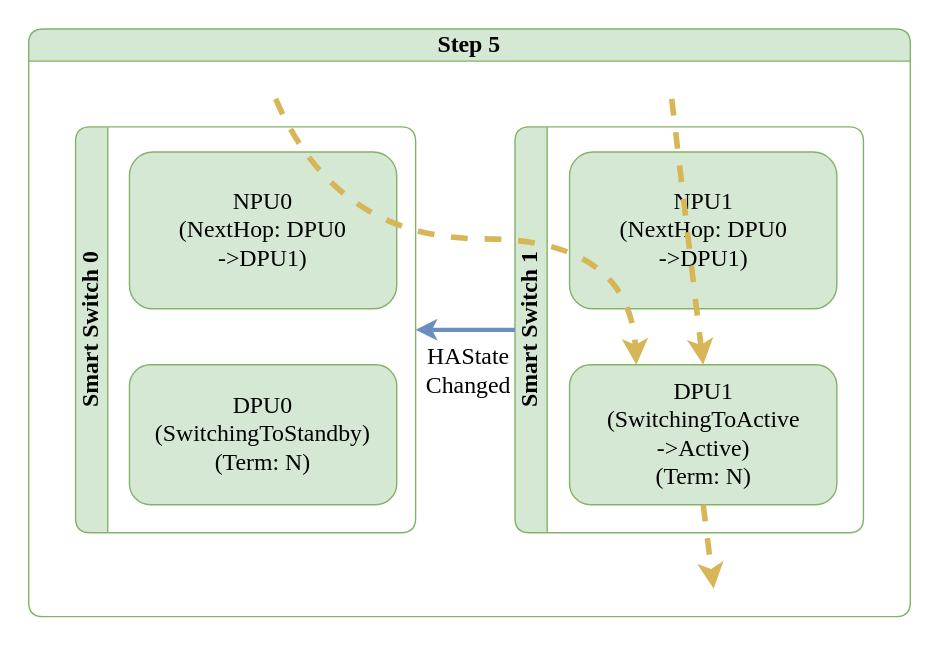
Above: doc/smart-switch/high-availability/images/ha-planned-events-switchover-step-5.svg in sonic-net/SONiC (draw.io), before the change. Source tidied: cells renumbered, new cells last; positions are measured from the earlier drawing's top-left corner, leaving out a move shared by most shapes.
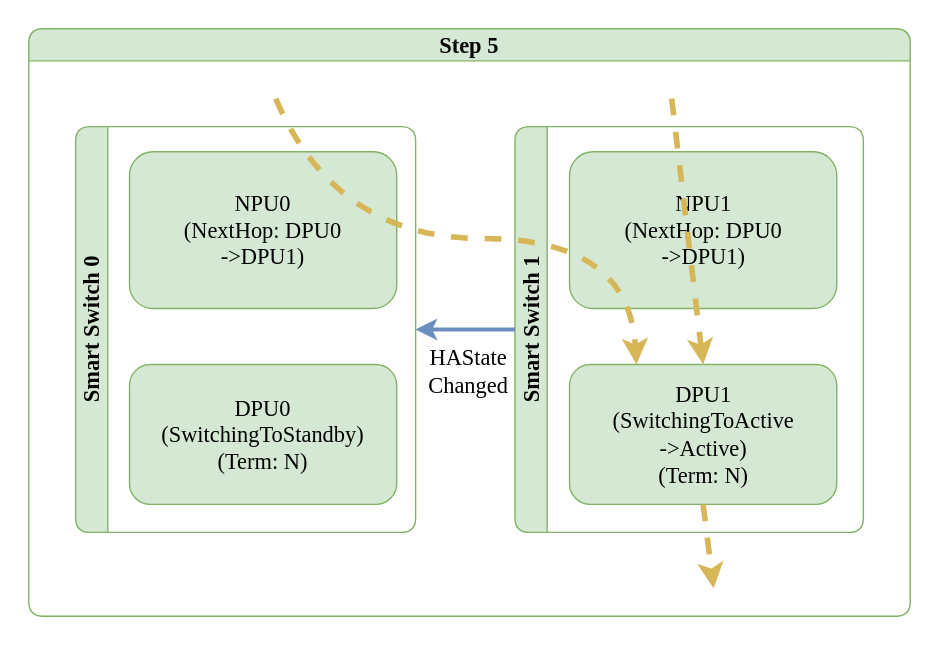
The same diagram one commit later.

The edit, as a diff of the source:
```diff
@@ -2,31 +2,31 @@
   <root>
     <mxCell id="0" />
     <mxCell id="1" parent="0" />
-    <mxCell id="2" value="Step 5" style="swimlane;horizontal=1;whiteSpace=wrap;html=1;rounded=1;labelBorderColor=none;strokeColor=#82b366;fontFamily=Consolas;fontSize=17;startSize=23;fillColor=#d5e8d4;swimlaneFillColor=#FFFFFF;" parent="1" vertex="1">
+    <mxCell id="2" value="Step 5" style="swimlane;horizontal=1;whiteSpace=wrap;html=1;rounded=1;labelBorderColor=none;strokeColor=#82b366;fontFamily=Monaco;fontSize=16;startSize=23;fillColor=#d5e8d4;swimlaneFillColor=#FFFFFF;" parent="1" vertex="1">
       <mxGeometry width="630" height="420" as="geometry" />
     </mxCell>
-    <mxCell id="3" value="Smart Switch 0" style="swimlane;horizontal=0;whiteSpace=wrap;html=1;rounded=1;labelBorderColor=none;strokeColor=#82b366;fontFamily=Consolas;fontSize=17;startSize=23;fillColor=#d5e8d4;swimlaneFillColor=#FFFFFF;" parent="2" vertex="1">
+    <mxCell id="3" value="Smart Switch 0" style="swimlane;horizontal=0;whiteSpace=wrap;html=1;rounded=1;labelBorderColor=none;strokeColor=#82b366;fontFamily=Monaco;fontSize=16;startSize=23;fillColor=#d5e8d4;swimlaneFillColor=#FFFFFF;" parent="2" vertex="1">
       <mxGeometry x="33.5" y="70" width="243" height="290" as="geometry" />
     </mxCell>
-    <mxCell id="4" value="NPU0&lt;br style=&quot;font-size: 17px;&quot;&gt;(NextHop: DPU0&lt;br style=&quot;font-size: 17px;&quot;&gt;-&amp;gt;DPU1)" style="rounded=1;whiteSpace=wrap;html=1;strokeColor=#82b366;fontFamily=Consolas;fontSize=17;startSize=23;fillColor=#d5e8d4;" parent="3" vertex="1">
+    <mxCell id="4" value="NPU0&lt;br style=&quot;font-size: 16px;&quot;&gt;(NextHop: DPU0&lt;br style=&quot;font-size: 16px;&quot;&gt;-&amp;gt;DPU1)" style="rounded=1;whiteSpace=wrap;html=1;strokeColor=#82b366;fontFamily=Monaco;fontSize=16;startSize=23;fillColor=#d5e8d4;" parent="3" vertex="1">
       <mxGeometry x="38.5" y="18" width="191" height="112" as="geometry" />
     </mxCell>
-    <mxCell id="5" value="DPU0&lt;br style=&quot;border-color: var(--border-color); font-size: 17px;&quot;&gt;(SwitchingToStandby)&lt;br style=&quot;border-color: var(--border-color); font-size: 17px;&quot;&gt;(Term: N)" style="rounded=1;whiteSpace=wrap;html=1;strokeColor=#82b366;fontFamily=Consolas;fontSize=17;startSize=23;fillColor=#d5e8d4;" parent="3" vertex="1">
+    <mxCell id="5" value="DPU0&lt;br style=&quot;border-color: var(--border-color); font-size: 16px;&quot;&gt;(SwitchingToStandby)&lt;br style=&quot;border-color: var(--border-color); font-size: 16px;&quot;&gt;(Term: N)" style="rounded=1;whiteSpace=wrap;html=1;strokeColor=#82b366;fontFamily=Monaco;fontSize=16;startSize=23;fillColor=#d5e8d4;" parent="3" vertex="1">
       <mxGeometry x="38.5" y="170" width="191" height="100" as="geometry" />
     </mxCell>
-    <mxCell id="6" value="Smart Switch 1" style="swimlane;horizontal=0;whiteSpace=wrap;html=1;rounded=1;labelBorderColor=none;strokeColor=#82b366;fontFamily=Consolas;fontSize=17;startSize=23;fillColor=#d5e8d4;swimlaneFillColor=#FFFFFF;" parent="2" vertex="1">
+    <mxCell id="6" value="Smart Switch 1" style="swimlane;horizontal=0;whiteSpace=wrap;html=1;rounded=1;labelBorderColor=none;strokeColor=#82b366;fontFamily=Monaco;fontSize=16;startSize=23;fillColor=#d5e8d4;swimlaneFillColor=#FFFFFF;" parent="2" vertex="1">
       <mxGeometry x="347.5" y="70" width="249" height="290" as="geometry" />
     </mxCell>
-    <mxCell id="7" value="NPU1&lt;br style=&quot;font-size: 17px;&quot;&gt;(NextHop: DPU0&lt;br style=&quot;font-size: 17px;&quot;&gt;-&amp;gt;DPU1)" style="rounded=1;whiteSpace=wrap;html=1;strokeColor=#82b366;fontFamily=Consolas;fontSize=17;startSize=23;fillColor=#d5e8d4;" parent="6" vertex="1">
+    <mxCell id="7" value="NPU1&lt;br style=&quot;font-size: 16px;&quot;&gt;(NextHop: DPU0&lt;br style=&quot;font-size: 16px;&quot;&gt;-&amp;gt;DPU1)" style="rounded=1;whiteSpace=wrap;html=1;strokeColor=#82b366;fontFamily=Monaco;fontSize=16;startSize=23;fillColor=#d5e8d4;" parent="6" vertex="1">
       <mxGeometry x="39" y="18" width="191" height="112" as="geometry" />
     </mxCell>
-    <mxCell id="8" value="DPU1&lt;br style=&quot;border-color: var(--border-color); font-size: 17px;&quot;&gt;(SwitchingToActive&lt;br style=&quot;font-size: 17px;&quot;&gt;-&amp;gt;Active)&lt;br style=&quot;border-color: var(--border-color); font-size: 17px;&quot;&gt;(Term: N)" style="rounded=1;whiteSpace=wrap;html=1;strokeColor=#82b366;fontFamily=Consolas;fontSize=17;startSize=23;fillColor=#d5e8d4;" parent="6" vertex="1">
+    <mxCell id="8" value="DPU1&lt;br style=&quot;border-color: var(--border-color); font-size: 16px;&quot;&gt;(SwitchingToActive&lt;br style=&quot;font-size: 16px;&quot;&gt;-&amp;gt;Active)&lt;br style=&quot;border-color: var(--border-color); font-size: 16px;&quot;&gt;(Term: N)" style="rounded=1;whiteSpace=wrap;html=1;strokeColor=#82b366;fontFamily=Monaco;fontSize=16;startSize=23;fillColor=#d5e8d4;" parent="6" vertex="1">
       <mxGeometry x="39" y="170" width="191" height="100" as="geometry" />
     </mxCell>
-    <mxCell id="9" value="HAState&lt;br style=&quot;font-size: 17px;&quot;&gt;Changed" style="endArrow=none;startArrow=classic;html=1;rounded=0;exitX=1;exitY=0.5;exitDx=0;exitDy=0;entryX=0;entryY=0.5;entryDx=0;entryDy=0;fillColor=#dae8fc;strokeColor=#6c8ebf;strokeWidth=3;fontFamily=Consolas;fontSize=17;startFill=1;endFill=0;labelBackgroundColor=none;" parent="2" edge="1" source="3" target="6">
+    <mxCell id="9" value="HAState&lt;br style=&quot;font-size: 16px;&quot;&gt;Changed" style="endArrow=none;startArrow=classic;html=1;rounded=0;exitX=1;exitY=0.5;exitDx=0;exitDy=0;entryX=0;entryY=0.5;entryDx=0;entryDy=0;fillColor=#dae8fc;strokeColor=#6c8ebf;strokeWidth=3;fontFamily=Monaco;fontSize=16;startFill=1;endFill=0;labelBackgroundColor=none;" parent="2" edge="1" source="3" target="6">
       <mxGeometry x="0.04" y="-30" relative="1" as="geometry" />
     </mxCell>
-    <mxCell id="10" style="curved=1;endArrow=classic;html=1;rounded=0;fillColor=#fff2cc;strokeColor=#d6b656;strokeWidth=4;dashed=1;endFill=1;entryX=0.25;entryY=0;entryDx=0;entryDy=0;fontFamily=Consolas;fontSize=17;" parent="2" edge="1" target="8">
+    <mxCell id="10" style="curved=1;endArrow=classic;html=1;rounded=0;fillColor=#fff2cc;strokeColor=#d6b656;strokeWidth=4;dashed=1;endFill=1;entryX=0.25;entryY=0;entryDx=0;entryDy=0;fontFamily=Monaco;fontSize=16;" parent="2" edge="1" target="8">
       <mxGeometry relative="1" as="geometry">
         <mxPoint x="176.5" y="50" as="sourcePoint" />
         <Array as="points">
@@ -35,12 +35,12 @@
         </Array>
       </mxGeometry>
     </mxCell>
-    <mxCell id="11" style="curved=1;endArrow=classic;html=1;rounded=0;fillColor=#fff2cc;strokeColor=#d6b656;strokeWidth=4;dashed=1;endFill=1;entryX=0.5;entryY=0;entryDx=0;entryDy=0;fontFamily=Consolas;fontSize=17;" parent="2" edge="1" target="8">
+    <mxCell id="11" style="curved=1;endArrow=classic;html=1;rounded=0;fillColor=#fff2cc;strokeColor=#d6b656;strokeWidth=4;dashed=1;endFill=1;entryX=0.5;entryY=0;entryDx=0;entryDy=0;fontFamily=Monaco;fontSize=16;" parent="2" edge="1" target="8">
       <mxGeometry relative="1" as="geometry">
         <mxPoint x="459.5" y="50" as="sourcePoint" />
       </mxGeometry>
     </mxCell>
-    <mxCell id="12" style="endArrow=classic;html=1;rounded=0;fillColor=#fff2cc;strokeColor=#d6b656;strokeWidth=4;dashed=1;endFill=1;exitX=0.5;exitY=1;exitDx=0;exitDy=0;fontFamily=Consolas;fontSize=17;" parent="2" edge="1" source="8">
+    <mxCell id="12" style="endArrow=classic;html=1;rounded=0;fillColor=#fff2cc;strokeColor=#d6b656;strokeWidth=4;dashed=1;endFill=1;exitX=0.5;exitY=1;exitDx=0;exitDy=0;fontFamily=Monaco;fontSize=16;" parent="2" edge="1" source="8">
       <mxGeometry relative="1" as="geometry">
         <mxPoint x="489.5" y="400" as="targetPoint" />
       </mxGeometry>
```
